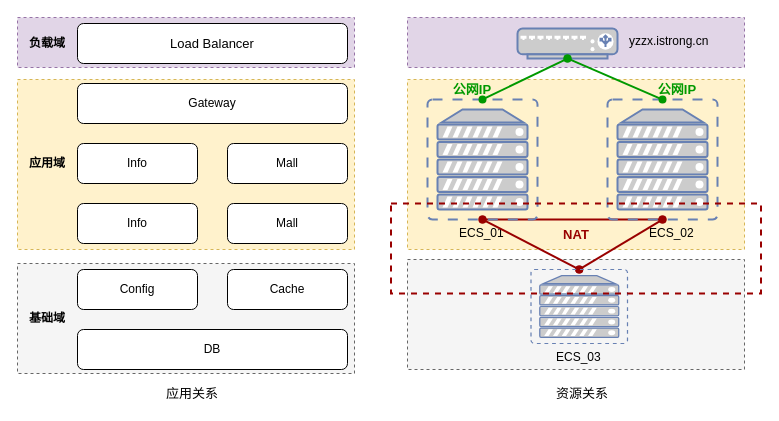
Above: 部署逻辑.drawio in trey03/draw (draw.io), before the change. Source tidied: cells renumbered, new cells numbered last; positions are measured from the earlier drawing's top-left corner, leaving out a move shared by most shapes. Both pictures are drawn from the tidied source at 100%, with x=0, y=0 at pixel (17, 17).
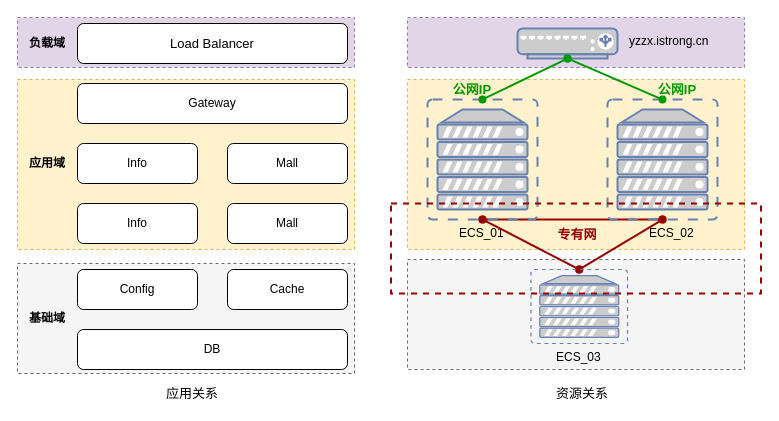
The same diagram, later.

Commit message:
更新部署逻辑.drawio

What changed in the source:
```diff
@@
-    <mxCell id="31" value="NAT" style="text;html=1;strokeColor=none;fillColor=none;align=center;verticalAlign=middle;whiteSpace=wrap;rounded=0;dashed=1;fontColor=#990000;fontStyle=1;fontSize=13;" parent="1" vertex="1">
-      <mxGeometry x="538.5" y="207" width="40" height="20" as="geometry" />
+    <mxCell id="31" value="专有网" style="text;html=1;strokeColor=none;fillColor=none;align=center;verticalAlign=middle;whiteSpace=wrap;rounded=0;dashed=1;fontColor=#990000;fontStyle=1;fontSize=13;" parent="1" vertex="1">
+      <mxGeometry x="538.5" y="207" width="41.5" height="20" as="geometry" />
     </mxCell>
```
